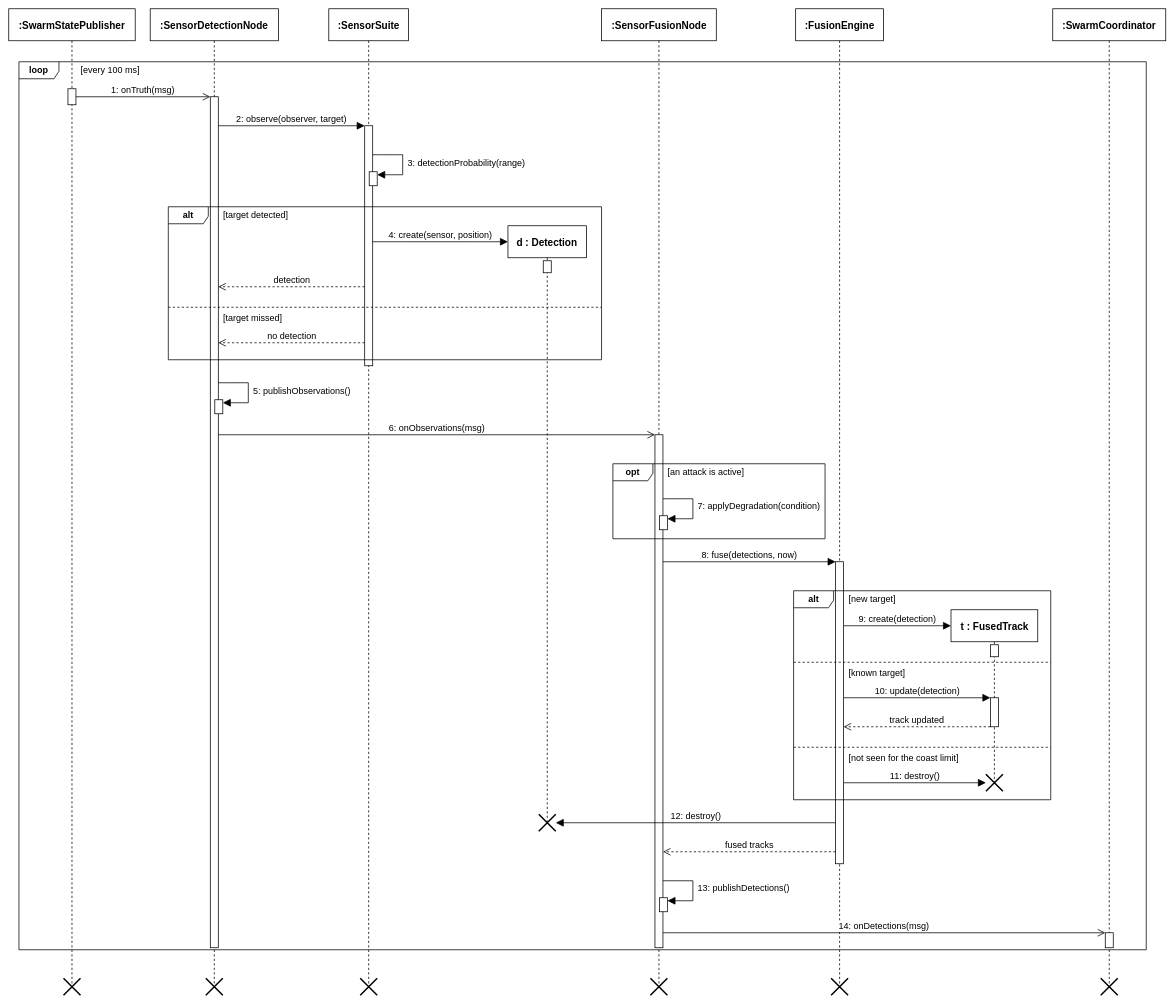
Before: 13_sequence_sensor_fusion.drawio in syedmohammad611/diagrams, a draw.io diagram. Source tidied: cells renumbered, new cells numbered last; positions are measured from the earlier drawing's top-left corner, leaving out a move shared by most shapes. Both pictures are drawn from the tidied source at 50%, with x=0, y=0 at pixel (8, 8).
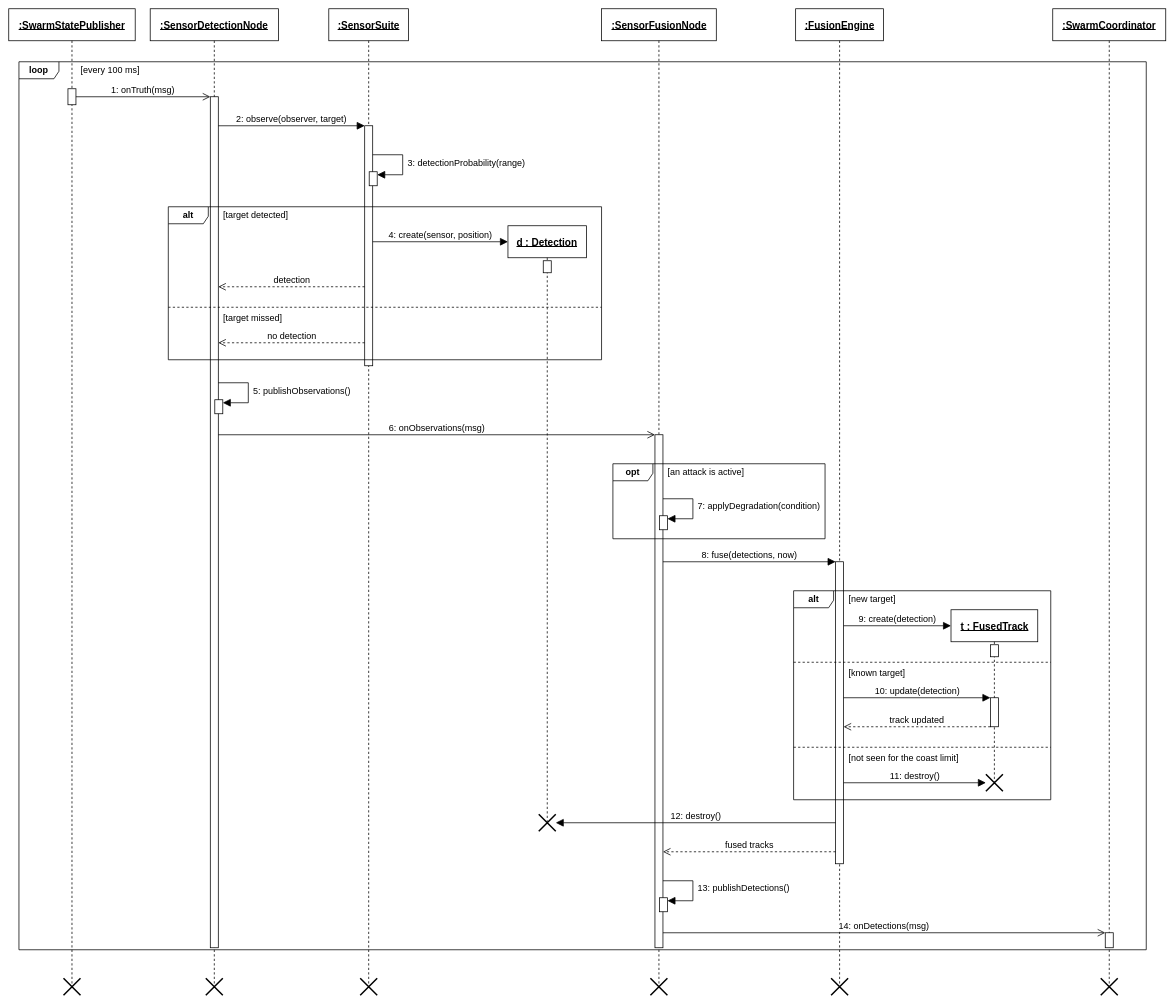
The same page after the edit.

What changed in the source:
```diff
@@
-    <mxCell id="2" value=":SwarmStatePublisher" style="shape=umlLifeline;perimeter=lifelinePerimeter;whiteSpace=wrap;html=1;newEdgeStyle={&quot;edgeStyle&quot;:&quot;elbowEdgeStyle&quot;,&quot;elbow&quot;:&quot;vertical&quot;,&quot;curved&quot;:0,&quot;rounded&quot;:0};fillColor=none;strokeColor=#000000;strokeWidth=1.5;fontFamily=Helvetica;fontColor=#000000;fontSize=20;fontStyle=1;size=64;" parent="1" vertex="1">
+    <mxCell id="2" value=":SwarmStatePublisher" style="shape=umlLifeline;perimeter=lifelinePerimeter;whiteSpace=wrap;html=1;newEdgeStyle={&quot;edgeStyle&quot;:&quot;elbowEdgeStyle&quot;,&quot;elbow&quot;:&quot;vertical&quot;,&quot;curved&quot;:0,&quot;rounded&quot;:0};fillColor=none;strokeColor=#000000;strokeWidth=1.5;fontFamily=Helvetica;fontColor=#000000;fontSize=20;fontStyle=5;size=64;" parent="1" vertex="1">
       <mxGeometry width="252.9" height="1958" as="geometry" />
     </mxCell>
@@
-    <mxCell id="4" value=":SensorDetectionNode" style="shape=umlLifeline;perimeter=lifelinePerimeter;whiteSpace=wrap;html=1;newEdgeStyle={&quot;edgeStyle&quot;:&quot;elbowEdgeStyle&quot;,&quot;elbow&quot;:&quot;vertical&quot;,&quot;curved&quot;:0,&quot;rounded&quot;:0};fillColor=none;strokeColor=#000000;strokeWidth=1.5;fontFamily=Helvetica;fontColor=#000000;fontSize=20;fontStyle=1;size=64;" parent="1" vertex="1">
+    <mxCell id="4" value=":SensorDetectionNode" style="shape=umlLifeline;perimeter=lifelinePerimeter;whiteSpace=wrap;html=1;newEdgeStyle={&quot;edgeStyle&quot;:&quot;elbowEdgeStyle&quot;,&quot;elbow&quot;:&quot;vertical&quot;,&quot;curved&quot;:0,&quot;rounded&quot;:0};fillColor=none;strokeColor=#000000;strokeWidth=1.5;fontFamily=Helvetica;fontColor=#000000;fontSize=20;fontStyle=5;size=64;" parent="1" vertex="1">
       <mxGeometry x="282.9" width="256.4" height="1958" as="geometry" />
     </mxCell>
@@
-    <mxCell id="7" value=":SensorSuite" style="shape=umlLifeline;perimeter=lifelinePerimeter;whiteSpace=wrap;html=1;newEdgeStyle={&quot;edgeStyle&quot;:&quot;elbowEdgeStyle&quot;,&quot;elbow&quot;:&quot;vertical&quot;,&quot;curved&quot;:0,&quot;rounded&quot;:0};fillColor=none;strokeColor=#000000;strokeWidth=1.5;fontFamily=Helvetica;fontColor=#000000;fontSize=20;fontStyle=1;size=64;" parent="1" vertex="1">
+    <mxCell id="7" value=":SensorSuite" style="shape=umlLifeline;perimeter=lifelinePerimeter;whiteSpace=wrap;html=1;newEdgeStyle={&quot;edgeStyle&quot;:&quot;elbowEdgeStyle&quot;,&quot;elbow&quot;:&quot;vertical&quot;,&quot;curved&quot;:0,&quot;rounded&quot;:0};fillColor=none;strokeColor=#000000;strokeWidth=1.5;fontFamily=Helvetica;fontColor=#000000;fontSize=20;fontStyle=5;size=64;" parent="1" vertex="1">
       <mxGeometry x="640.1" width="159.5" height="1958" as="geometry" />
     </mxCell>
@@
-    <mxCell id="10" value="d : Detection" style="shape=umlLifeline;perimeter=lifelinePerimeter;whiteSpace=wrap;html=1;outlineConnect=0;portConstraint=eastwest;newEdgeStyle={&quot;edgeStyle&quot;:&quot;elbowEdgeStyle&quot;,&quot;elbow&quot;:&quot;vertical&quot;,&quot;curved&quot;:0,&quot;rounded&quot;:0};fillColor=none;strokeColor=#000000;strokeWidth=1.5;fontFamily=Helvetica;fontColor=#000000;fontSize=20;fontStyle=1;size=64;" parent="1" vertex="1">
+    <mxCell id="10" value="d : Detection" style="shape=umlLifeline;perimeter=lifelinePerimeter;whiteSpace=wrap;html=1;outlineConnect=0;portConstraint=eastwest;newEdgeStyle={&quot;edgeStyle&quot;:&quot;elbowEdgeStyle&quot;,&quot;elbow&quot;:&quot;vertical&quot;,&quot;curved&quot;:0,&quot;rounded&quot;:0};fillColor=none;strokeColor=#000000;strokeWidth=1.5;fontFamily=Helvetica;fontColor=#000000;fontSize=20;fontStyle=5;size=64;" parent="1" vertex="1">
       <mxGeometry x="998.4" y="434" width="157.2" height="1194" as="geometry" />
     </mxCell>
@@
-    <mxCell id="13" value=":SensorFusionNode" style="shape=umlLifeline;perimeter=lifelinePerimeter;whiteSpace=wrap;html=1;newEdgeStyle={&quot;edgeStyle&quot;:&quot;elbowEdgeStyle&quot;,&quot;elbow&quot;:&quot;vertical&quot;,&quot;curved&quot;:0,&quot;rounded&quot;:0};fillColor=none;strokeColor=#000000;strokeWidth=1.5;fontFamily=Helvetica;fontColor=#000000;fontSize=20;fontStyle=1;size=64;" parent="1" vertex="1">
+    <mxCell id="13" value=":SensorFusionNode" style="shape=umlLifeline;perimeter=lifelinePerimeter;whiteSpace=wrap;html=1;newEdgeStyle={&quot;edgeStyle&quot;:&quot;elbowEdgeStyle&quot;,&quot;elbow&quot;:&quot;vertical&quot;,&quot;curved&quot;:0,&quot;rounded&quot;:0};fillColor=none;strokeColor=#000000;strokeWidth=1.5;fontFamily=Helvetica;fontColor=#000000;fontSize=20;fontStyle=5;size=64;" parent="1" vertex="1">
       <mxGeometry x="1185.6" width="229.5" height="1958" as="geometry" />
     </mxCell>
@@
-    <mxCell id="17" value=":FusionEngine" style="shape=umlLifeline;perimeter=lifelinePerimeter;whiteSpace=wrap;html=1;newEdgeStyle={&quot;edgeStyle&quot;:&quot;elbowEdgeStyle&quot;,&quot;elbow&quot;:&quot;vertical&quot;,&quot;curved&quot;:0,&quot;rounded&quot;:0};fillColor=none;strokeColor=#000000;strokeWidth=1.5;fontFamily=Helvetica;fontColor=#000000;fontSize=20;fontStyle=1;size=64;" parent="1" vertex="1">
+    <mxCell id="17" value=":FusionEngine" style="shape=umlLifeline;perimeter=lifelinePerimeter;whiteSpace=wrap;html=1;newEdgeStyle={&quot;edgeStyle&quot;:&quot;elbowEdgeStyle&quot;,&quot;elbow&quot;:&quot;vertical&quot;,&quot;curved&quot;:0,&quot;rounded&quot;:0};fillColor=none;strokeColor=#000000;strokeWidth=1.5;fontFamily=Helvetica;fontColor=#000000;fontSize=20;fontStyle=5;size=64;" parent="1" vertex="1">
       <mxGeometry x="1573.8" width="175.8" height="1958" as="geometry" />
     </mxCell>
@@
-    <mxCell id="19" value="t : FusedTrack" style="shape=umlLifeline;perimeter=lifelinePerimeter;whiteSpace=wrap;html=1;outlineConnect=0;portConstraint=eastwest;newEdgeStyle={&quot;edgeStyle&quot;:&quot;elbowEdgeStyle&quot;,&quot;elbow&quot;:&quot;vertical&quot;,&quot;curved&quot;:0,&quot;rounded&quot;:0};fillColor=none;strokeColor=#000000;strokeWidth=1.5;fontFamily=Helvetica;fontColor=#000000;fontSize=20;fontStyle=1;size=64;" parent="1" vertex="1">
+    <mxCell id="19" value="t : FusedTrack" style="shape=umlLifeline;perimeter=lifelinePerimeter;whiteSpace=wrap;html=1;outlineConnect=0;portConstraint=eastwest;newEdgeStyle={&quot;edgeStyle&quot;:&quot;elbowEdgeStyle&quot;,&quot;elbow&quot;:&quot;vertical&quot;,&quot;curved&quot;:0,&quot;rounded&quot;:0};fillColor=none;strokeColor=#000000;strokeWidth=1.5;fontFamily=Helvetica;fontColor=#000000;fontSize=20;fontStyle=5;size=64;" parent="1" vertex="1">
       <mxGeometry x="1884.5" y="1202" width="173.5" height="346" as="geometry" />
     </mxCell>
@@
-    <mxCell id="23" value=":SwarmCoordinator" style="shape=umlLifeline;perimeter=lifelinePerimeter;whiteSpace=wrap;html=1;newEdgeStyle={&quot;edgeStyle&quot;:&quot;elbowEdgeStyle&quot;,&quot;elbow&quot;:&quot;vertical&quot;,&quot;curved&quot;:0,&quot;rounded&quot;:0};fillColor=none;strokeColor=#000000;strokeWidth=1.5;fontFamily=Helvetica;fontColor=#000000;fontSize=20;fontStyle=1;size=64;" parent="1" vertex="1">
+    <mxCell id="23" value=":SwarmCoordinator" style="shape=umlLifeline;perimeter=lifelinePerimeter;whiteSpace=wrap;html=1;newEdgeStyle={&quot;edgeStyle&quot;:&quot;elbowEdgeStyle&quot;,&quot;elbow&quot;:&quot;vertical&quot;,&quot;curved&quot;:0,&quot;rounded&quot;:0};fillColor=none;strokeColor=#000000;strokeWidth=1.5;fontFamily=Helvetica;fontColor=#000000;fontSize=20;fontStyle=5;size=64;" parent="1" vertex="1">
       <mxGeometry x="2088" width="226" height="1958" as="geometry" />
     </mxCell>
```
